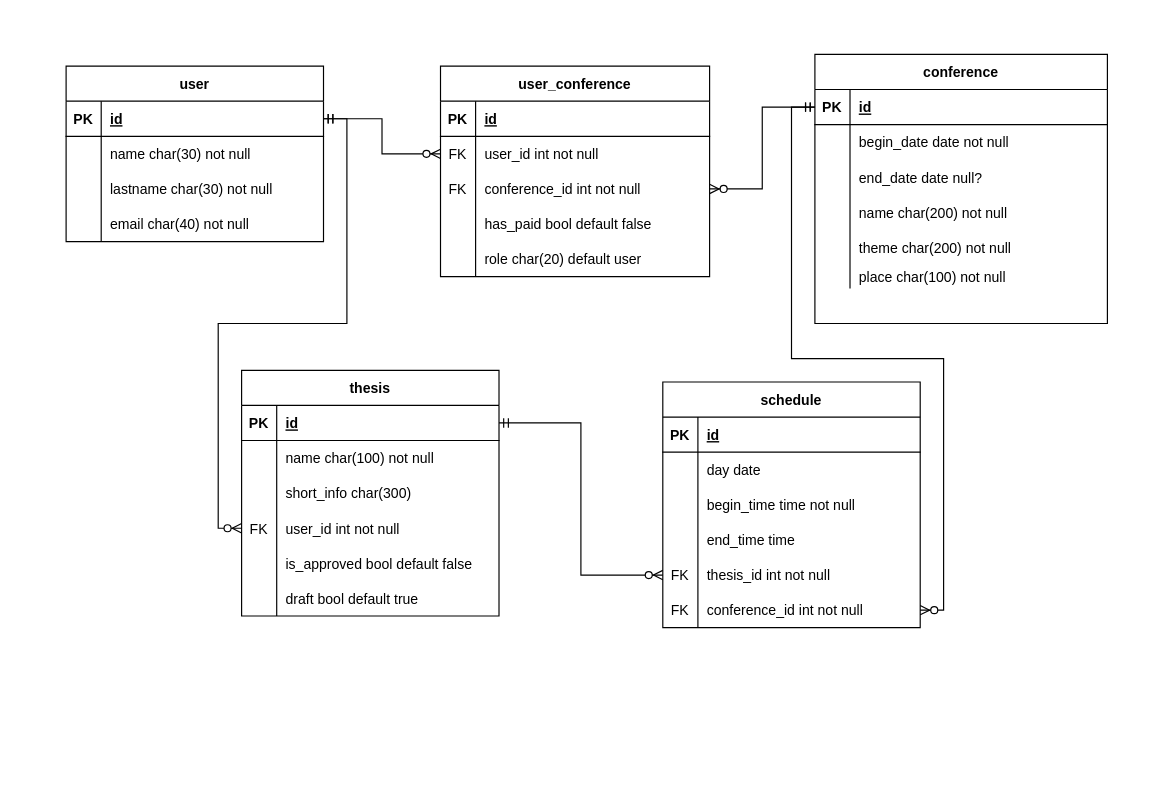
Before: ER.drawio in vittrum/dbc_conference, a draw.io diagram. Source tidied: cells renumbered, new cells numbered last; positions are measured from the earlier drawing's top-left corner, leaving out a move shared by most shapes. Both pictures are drawn from the tidied source at 117%, with x=0, y=0 at pixel (66, 54).
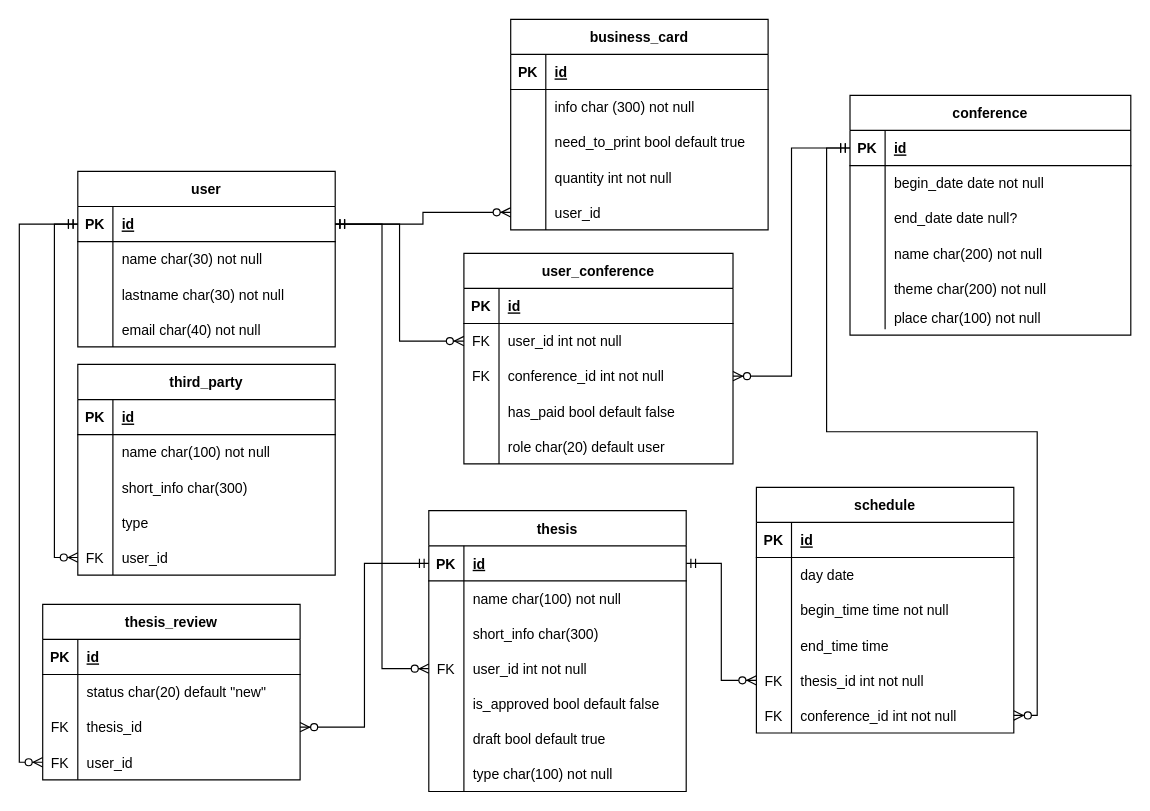
After the change.

Unchanged cells that the change refers to:
```xml
<mxCell id="3" style="shape=partialRectangle;fillColor=none;points=[[0,0.5],[1,0.5]];portConstraint=eastwest;top=0;left=0;right=0;bottom=1;" parent="2" vertex="1">
  <mxGeometry y="30" width="220" height="30" as="geometry" />
</mxCell>
<mxCell id="51" style="shape=partialRectangle;fillColor=none;points=[[0,0.5],[1,0.5]];portConstraint=eastwest;top=0;left=0;right=0;bottom=1;" parent="50" vertex="1">
  <mxGeometry y="30" width="220" height="30" as="geometry" />
</mxCell>
```

The edit, as a diff of the source:
```diff
@@
     <mxCell id="2" value="user" style="shape=table;startSize=30;childLayout=tableLayout;rowLines=0;fontStyle=1;align=center;" parent="1" vertex="1">
-      <mxGeometry y="10" width="220" height="150" as="geometry" />
+      <mxGeometry x="10" y="100" width="220" height="150" as="geometry" />
     </mxCell>
@@
     <mxCell id="15" value="conference" style="shape=table;startSize=30;childLayout=tableLayout;rowLines=0;fontStyle=1;align=center;" parent="1" vertex="1">
-      <mxGeometry x="640" width="250" height="230" as="geometry" />
+      <mxGeometry x="670" y="35" width="240" height="205" as="geometry" />
     </mxCell>
     <mxCell id="16" style="shape=partialRectangle;fillColor=none;points=[[0,0.5],[1,0.5]];portConstraint=eastwest;top=0;left=0;right=0;bottom=1;" parent="15" vertex="1">
-      <mxGeometry y="30" width="250" height="30" as="geometry" />
+      <mxGeometry y="30" width="240" height="30" as="geometry" />
     </mxCell>
@@
     <mxCell id="18" value="id" style="shape=partialRectangle;overflow=hidden;fillColor=none;top=0;left=0;bottom=0;right=0;align=left;spacingLeft=6;fontStyle=5;" parent="16" vertex="1">
-      <mxGeometry x="30" width="220" height="30" as="geometry" />
+      <mxGeometry x="30" width="210" height="30" as="geometry" />
     </mxCell>
     <mxCell id="19" style="shape=partialRectangle;fillColor=none;top=0;left=0;right=0;bottom=0;" parent="15" vertex="1">
-      <mxGeometry y="60" width="250" height="30" as="geometry" />
+      <mxGeometry y="60" width="240" height="30" as="geometry" />
     </mxCell>
@@
     <mxCell id="21" value="begin_date date not null" style="shape=partialRectangle;overflow=hidden;fillColor=none;top=0;left=0;bottom=0;right=0;align=left;spacingLeft=6;" parent="19" vertex="1">
-      <mxGeometry x="30" width="220" height="30" as="geometry" />
+      <mxGeometry x="30" width="210" height="30" as="geometry" />
     </mxCell>
     <mxCell id="22" style="shape=partialRectangle;fillColor=none;top=0;left=0;right=0;bottom=0;" parent="15" vertex="1">
-      <mxGeometry y="90" width="250" height="30" as="geometry" />
+      <mxGeometry y="90" width="240" height="30" as="geometry" />
     </mxCell>
@@
     <mxCell id="24" value="end_date date null?" style="shape=partialRectangle;overflow=hidden;fillColor=none;top=0;left=0;bottom=0;right=0;align=left;spacingLeft=6;" parent="22" vertex="1">
-      <mxGeometry x="30" width="220" height="30" as="geometry" />
+      <mxGeometry x="30" width="210" height="30" as="geometry" />
     </mxCell>
     <mxCell id="25" style="shape=partialRectangle;fillColor=none;top=0;left=0;right=0;bottom=0;" parent="15" vertex="1">
-      <mxGeometry y="120" width="250" height="30" as="geometry" />
+      <mxGeometry y="120" width="240" height="30" as="geometry" />
     </mxCell>
@@
     <mxCell id="27" value="name char(200) not null" style="shape=partialRectangle;overflow=hidden;fillColor=none;top=0;left=0;bottom=0;right=0;align=left;spacingLeft=6;" parent="25" vertex="1">
-      <mxGeometry x="30" width="220" height="30" as="geometry" />
+      <mxGeometry x="30" width="210" height="30" as="geometry" />
     </mxCell>
     <mxCell id="28" style="shape=partialRectangle;fillColor=none;top=0;left=0;right=0;bottom=0;" parent="15" vertex="1">
-      <mxGeometry y="150" width="250" height="30" as="geometry" />
+      <mxGeometry y="150" width="240" height="30" as="geometry" />
     </mxCell>
@@
     <mxCell id="30" value="theme char(200) not null" style="shape=partialRectangle;overflow=hidden;fillColor=none;top=0;left=0;bottom=0;right=0;align=left;spacingLeft=6;" parent="28" vertex="1">
-      <mxGeometry x="30" width="220" height="30" as="geometry" />
+      <mxGeometry x="30" width="210" height="30" as="geometry" />
     </mxCell>
     <mxCell id="31" style="shape=partialRectangle;fillColor=none;top=0;left=0;right=0;bottom=0;" parent="15" vertex="1">
-      <mxGeometry y="180" width="250" height="20" as="geometry" />
+      <mxGeometry y="180" width="240" height="20" as="geometry" />
     </mxCell>
@@
     <mxCell id="33" value="place char(100) not null" style="shape=partialRectangle;overflow=hidden;fillColor=none;top=0;left=0;bottom=0;right=0;align=left;spacingLeft=6;" parent="31" vertex="1">
-      <mxGeometry x="30" width="220" height="20" as="geometry" />
+      <mxGeometry x="30" width="210" height="20" as="geometry" />
     </mxCell>
     <mxCell id="34" value="user_conference" style="shape=table;startSize=30;childLayout=tableLayout;rowLines=0;fontStyle=1;align=center;" parent="1" vertex="1">
-      <mxGeometry x="320" y="10" width="230" height="180" as="geometry" />
+      <mxGeometry x="340" y="170" width="230" height="180" as="geometry" />
     </mxCell>
@@
     <mxCell id="50" value="thesis" style="shape=table;startSize=30;childLayout=tableLayout;rowLines=0;fontStyle=1;align=center;" parent="1" vertex="1">
-      <mxGeometry x="150" y="270" width="220" height="210" as="geometry" />
+      <mxGeometry x="310" y="390" width="220" height="240" as="geometry" />
     </mxCell>
@@
+    <mxCell id="93" style="shape=partialRectangle;fillColor=none;top=0;left=0;right=0;bottom=0;" parent="50" vertex="1">
+      <mxGeometry y="210" width="220" height="30" as="geometry" />
+    </mxCell>
+    <mxCell id="94" style="shape=partialRectangle;overflow=hidden;fillColor=none;top=0;left=0;bottom=0;right=0;" parent="93" vertex="1">
+      <mxGeometry width="30" height="30" as="geometry" />
+    </mxCell>
+    <mxCell id="95" value="type char(100) not null" style="shape=partialRectangle;overflow=hidden;fillColor=none;top=0;left=0;bottom=0;right=0;align=left;spacingLeft=6;" parent="93" vertex="1">
+      <mxGeometry x="30" width="190" height="30" as="geometry" />
+    </mxCell>
     <mxCell id="69" value="schedule" style="shape=table;startSize=30;childLayout=tableLayout;rowLines=0;fontStyle=1;align=center;" parent="1" vertex="1">
-      <mxGeometry x="510" y="280" width="220" height="210" as="geometry" />
+      <mxGeometry x="590" y="370" width="220" height="210" as="geometry" />
     </mxCell>
@@
+    <mxCell id="96" value="third_party" style="shape=table;startSize=30;childLayout=tableLayout;rowLines=0;fontStyle=1;align=center;" parent="1" vertex="1">
+      <mxGeometry x="10" y="265" width="220" height="180" as="geometry" />
+    </mxCell>
+    <mxCell id="97" style="shape=partialRectangle;fillColor=none;top=0;left=0;right=0;bottom=1;" parent="96" vertex="1">
+      <mxGeometry y="30" width="220" height="30" as="geometry" />
+    </mxCell>
+    <mxCell id="98" value="PK" style="shape=partialRectangle;overflow=hidden;fillColor=none;top=0;left=0;bottom=0;right=0;fontStyle=1;" parent="97" vertex="1">
+      <mxGeometry width="30" height="30" as="geometry" />
+    </mxCell>
+    <mxCell id="99" value="id" style="shape=partialRectangle;overflow=hidden;fillColor=none;top=0;left=0;bottom=0;right=0;align=left;spacingLeft=6;fontStyle=5;" parent="97" vertex="1">
+      <mxGeometry x="30" width="190" height="30" as="geometry" />
+    </mxCell>
+    <mxCell id="100" style="shape=partialRectangle;fillColor=none;top=0;left=0;right=0;bottom=0;" parent="96" vertex="1">
+      <mxGeometry y="60" width="220" height="30" as="geometry" />
+    </mxCell>
+    <mxCell id="101" style="shape=partialRectangle;overflow=hidden;fillColor=none;top=0;left=0;bottom=0;right=0;" parent="100" vertex="1">
+      <mxGeometry width="30" height="30" as="geometry" />
+    </mxCell>
+    <mxCell id="102" value="name char(100) not null" style="shape=partialRectangle;overflow=hidden;fillColor=none;top=0;left=0;bottom=0;right=0;align=left;spacingLeft=6;" parent="100" vertex="1">
+      <mxGeometry x="30" width="190" height="30" as="geometry" />
+    </mxCell>
+    <mxCell id="103" style="shape=partialRectangle;fillColor=none;top=0;left=0;right=0;bottom=0;" parent="96" vertex="1">
+      <mxGeometry y="90" width="220" height="30" as="geometry" />
+    </mxCell>
+    <mxCell id="104" style="shape=partialRectangle;overflow=hidden;fillColor=none;top=0;left=0;bottom=0;right=0;" parent="103" vertex="1">
+      <mxGeometry width="30" height="30" as="geometry" />
+    </mxCell>
+    <mxCell id="105" value="short_info char(300) " style="shape=partialRectangle;overflow=hidden;fillColor=none;top=0;left=0;bottom=0;right=0;align=left;spacingLeft=6;" parent="103" vertex="1">
+      <mxGeometry x="30" width="190" height="30" as="geometry" />
+    </mxCell>
+    <mxCell id="106" style="shape=partialRectangle;fillColor=none;top=0;left=0;right=0;bottom=0;" parent="96" vertex="1">
+      <mxGeometry y="120" width="220" height="30" as="geometry" />
+    </mxCell>
+    <mxCell id="107" style="shape=partialRectangle;overflow=hidden;fillColor=none;top=0;left=0;bottom=0;right=0;" parent="106" vertex="1">
+      <mxGeometry width="30" height="30" as="geometry" />
+    </mxCell>
+    <mxCell id="108" value="type " style="shape=partialRectangle;overflow=hidden;fillColor=none;top=0;left=0;bottom=0;right=0;align=left;spacingLeft=6;" parent="106" vertex="1">
+      <mxGeometry x="30" width="190" height="30" as="geometry" />
+    </mxCell>
+    <mxCell id="109" style="shape=partialRectangle;fillColor=none;points=[[0,0.5],[1,0.5]];portConstraint=eastwest;top=0;left=0;right=0;bottom=0;" parent="96" vertex="1">
+      <mxGeometry y="150" width="220" height="30" as="geometry" />
+    </mxCell>
+    <mxCell id="110" value="FK" style="shape=partialRectangle;overflow=hidden;fillColor=none;top=0;left=0;bottom=0;right=0;" parent="109" vertex="1">
+      <mxGeometry width="30" height="30" as="geometry" />
+    </mxCell>
+    <mxCell id="111" value="user_id" style="shape=partialRectangle;overflow=hidden;fillColor=none;top=0;left=0;bottom=0;right=0;align=left;spacingLeft=6;" parent="109" vertex="1">
+      <mxGeometry x="30" width="190" height="30" as="geometry" />
+    </mxCell>
+    <mxCell id="112" style="edgeStyle=orthogonalEdgeStyle;rounded=0;jettySize=auto;html=1;entryX=0;entryY=0.5;entryDx=0;entryDy=0;startArrow=ERmandOne;startFill=0;endArrow=ERzeroToMany;endFill=1;" parent="1" edge="1" source="3" target="109">
+      <mxGeometry relative="1" as="geometry" />
+    </mxCell>
+    <mxCell id="113" value="thesis_review" style="shape=table;startSize=30;childLayout=tableLayout;rowLines=0;fontStyle=1;align=center;" parent="1" vertex="1">
+      <mxGeometry x="-20" y="470" width="220" height="150" as="geometry" />
+    </mxCell>
+    <mxCell id="114" style="shape=partialRectangle;fillColor=none;top=0;left=0;right=0;bottom=1;" parent="113" vertex="1">
+      <mxGeometry y="30" width="220" height="30" as="geometry" />
+    </mxCell>
+    <mxCell id="115" value="PK" style="shape=partialRectangle;overflow=hidden;fillColor=none;top=0;left=0;bottom=0;right=0;fontStyle=1;" parent="114" vertex="1">
+      <mxGeometry width="30" height="30" as="geometry" />
+    </mxCell>
+    <mxCell id="116" value="id" style="shape=partialRectangle;overflow=hidden;fillColor=none;top=0;left=0;bottom=0;right=0;align=left;spacingLeft=6;fontStyle=5;" parent="114" vertex="1">
+      <mxGeometry x="30" width="190" height="30" as="geometry" />
+    </mxCell>
+    <mxCell id="117" style="shape=partialRectangle;fillColor=none;top=0;left=0;right=0;bottom=0;" parent="113" vertex="1">
+      <mxGeometry y="60" width="220" height="30" as="geometry" />
+    </mxCell>
+    <mxCell id="118" style="shape=partialRectangle;overflow=hidden;fillColor=none;top=0;left=0;bottom=0;right=0;" parent="117" vertex="1">
+      <mxGeometry width="30" height="30" as="geometry" />
+    </mxCell>
+    <mxCell id="119" value="status char(20) default &quot;new&quot;" style="shape=partialRectangle;overflow=hidden;fillColor=none;top=0;left=0;bottom=0;right=0;align=left;spacingLeft=6;" parent="117" vertex="1">
+      <mxGeometry x="30" width="190" height="30" as="geometry" />
+    </mxCell>
+    <mxCell id="120" style="shape=partialRectangle;fillColor=none;points=[[0,0.5],[1,0.5]];portConstraint=eastwest;top=0;left=0;right=0;bottom=0;" parent="113" vertex="1">
+      <mxGeometry y="90" width="220" height="30" as="geometry" />
+    </mxCell>
+    <mxCell id="121" value="FK" style="shape=partialRectangle;overflow=hidden;fillColor=none;top=0;left=0;bottom=0;right=0;" parent="120" vertex="1">
+      <mxGeometry width="30" height="30" as="geometry" />
+    </mxCell>
+    <mxCell id="122" value="thesis_id" style="shape=partialRectangle;overflow=hidden;fillColor=none;top=0;left=0;bottom=0;right=0;align=left;spacingLeft=6;" parent="120" vertex="1">
+      <mxGeometry x="30" width="190" height="30" as="geometry" />
+    </mxCell>
+    <mxCell id="123" style="shape=partialRectangle;fillColor=none;points=[[0,0.5],[1,0.5]];portConstraint=eastwest;top=0;left=0;right=0;bottom=0;" parent="113" vertex="1">
+      <mxGeometry y="120" width="220" height="30" as="geometry" />
+    </mxCell>
+    <mxCell id="124" value="FK" style="shape=partialRectangle;overflow=hidden;fillColor=none;top=0;left=0;bottom=0;right=0;" parent="123" vertex="1">
+      <mxGeometry width="30" height="30" as="geometry" />
+    </mxCell>
+    <mxCell id="125" value="user_id" style="shape=partialRectangle;overflow=hidden;fillColor=none;top=0;left=0;bottom=0;right=0;align=left;spacingLeft=6;" parent="123" vertex="1">
+      <mxGeometry x="30" width="190" height="30" as="geometry" />
+    </mxCell>
+    <mxCell id="126" style="edgeStyle=orthogonalEdgeStyle;rounded=0;jettySize=auto;html=1;entryX=1;entryY=0.5;entryDx=0;entryDy=0;startArrow=ERmandOne;startFill=0;endArrow=ERzeroToMany;endFill=1;" parent="1" edge="1" source="51" target="120">
+      <mxGeometry relative="1" as="geometry" />
+    </mxCell>
+    <mxCell id="127" style="edgeStyle=orthogonalEdgeStyle;rounded=0;jettySize=auto;html=1;entryX=0;entryY=0.5;entryDx=0;entryDy=0;startArrow=ERmandOne;startFill=0;endArrow=ERzeroToMany;endFill=1;" parent="1" edge="1" source="3" target="123">
+      <mxGeometry relative="1" as="geometry" />
+    </mxCell>
+    <mxCell id="128" value="business_card" style="shape=table;startSize=30;childLayout=tableLayout;rowLines=0;fontStyle=1;align=center;" parent="1" vertex="1">
+      <mxGeometry x="380" y="-30" width="220" height="180" as="geometry" />
+    </mxCell>
+    <mxCell id="129" style="shape=partialRectangle;fillColor=none;top=0;left=0;right=0;bottom=1;" parent="128" vertex="1">
+      <mxGeometry y="30" width="220" height="30" as="geometry" />
+    </mxCell>
+    <mxCell id="130" value="PK" style="shape=partialRectangle;overflow=hidden;fillColor=none;top=0;left=0;bottom=0;right=0;fontStyle=1;" parent="129" vertex="1">
+      <mxGeometry width="30" height="30" as="geometry" />
+    </mxCell>
+    <mxCell id="131" value="id" style="shape=partialRectangle;overflow=hidden;fillColor=none;top=0;left=0;bottom=0;right=0;align=left;spacingLeft=6;fontStyle=5;" parent="129" vertex="1">
+      <mxGeometry x="30" width="190" height="30" as="geometry" />
+    </mxCell>
+    <mxCell id="132" style="shape=partialRectangle;fillColor=none;top=0;left=0;right=0;bottom=0;" parent="128" vertex="1">
+      <mxGeometry y="60" width="220" height="30" as="geometry" />
+    </mxCell>
+    <mxCell id="133" style="shape=partialRectangle;overflow=hidden;fillColor=none;top=0;left=0;bottom=0;right=0;" parent="132" vertex="1">
+      <mxGeometry width="30" height="30" as="geometry" />
+    </mxCell>
+    <mxCell id="134" value="info char (300) not null" style="shape=partialRectangle;overflow=hidden;fillColor=none;top=0;left=0;bottom=0;right=0;align=left;spacingLeft=6;" parent="132" vertex="1">
+      <mxGeometry x="30" width="190" height="30" as="geometry" />
+    </mxCell>
+    <mxCell id="135" style="shape=partialRectangle;fillColor=none;top=0;left=0;right=0;bottom=0;" parent="128" vertex="1">
+      <mxGeometry y="90" width="220" height="30" as="geometry" />
+    </mxCell>
+    <mxCell id="136" style="shape=partialRectangle;overflow=hidden;fillColor=none;top=0;left=0;bottom=0;right=0;" parent="135" vertex="1">
+      <mxGeometry width="30" height="30" as="geometry" />
+    </mxCell>
+    <mxCell id="137" value="need_to_print bool default true" style="shape=partialRectangle;overflow=hidden;fillColor=none;top=0;left=0;bottom=0;right=0;align=left;spacingLeft=6;" parent="135" vertex="1">
+      <mxGeometry x="30" width="190" height="30" as="geometry" />
+    </mxCell>
+    <mxCell id="138" style="shape=partialRectangle;fillColor=none;top=0;left=0;right=0;bottom=0;" parent="128" vertex="1">
+      <mxGeometry y="120" width="220" height="30" as="geometry" />
+    </mxCell>
+    <mxCell id="139" style="shape=partialRectangle;overflow=hidden;fillColor=none;top=0;left=0;bottom=0;right=0;" parent="138" vertex="1">
+      <mxGeometry width="30" height="30" as="geometry" />
+    </mxCell>
+    <mxCell id="140" value="quantity int not null" style="shape=partialRectangle;overflow=hidden;fillColor=none;top=0;left=0;bottom=0;right=0;align=left;spacingLeft=6;" parent="138" vertex="1">
+      <mxGeometry x="30" width="190" height="30" as="geometry" />
+    </mxCell>
+    <mxCell id="141" style="shape=partialRectangle;fillColor=none;points=[[0,0.5],[1,0.5]];portConstraint=eastwest;top=0;left=0;right=0;bottom=0;" parent="128" vertex="1">
+      <mxGeometry y="150" width="220" height="30" as="geometry" />
+    </mxCell>
+    <mxCell id="142" style="shape=partialRectangle;overflow=hidden;fillColor=none;top=0;left=0;bottom=0;right=0;" parent="141" vertex="1">
+      <mxGeometry width="30" height="30" as="geometry" />
+    </mxCell>
+    <mxCell id="143" value="user_id" style="shape=partialRectangle;overflow=hidden;fillColor=none;top=0;left=0;bottom=0;right=0;align=left;spacingLeft=6;" parent="141" vertex="1">
+      <mxGeometry x="30" width="190" height="30" as="geometry" />
+    </mxCell>
+    <mxCell id="144" style="edgeStyle=orthogonalEdgeStyle;rounded=0;jettySize=auto;html=1;startArrow=ERmandOne;startFill=0;endArrow=ERzeroToMany;endFill=1;entryX=0;entryY=0.5;entryDx=0;entryDy=0;" parent="1" edge="1" source="3" target="141">
+      <mxGeometry relative="1" as="geometry" />
+    </mxCell>
```
